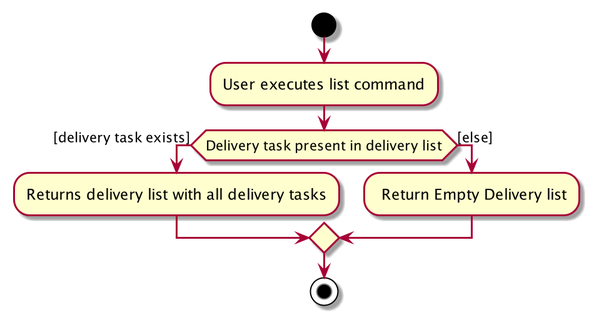
Earlier version of the PlantUML export docs/images/ListCommandActivityDiagram.png (nus-cs2103-AY2021S2/tp). Source of this version:
```plantuml
@startuml
start
:User executes list command;


if (Delivery task present in delivery list) then ([delivery task exists])
    :Returns delivery list with all delivery tasks;
else ([else])
    : Return Empty Delivery list;
endif
stop
@enduml
```
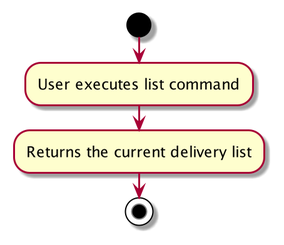
The same file after the commit.

Change to the diagram source:
```diff
@@ -1,12 +1,6 @@
 @startuml
 start
 :User executes list command;
-
-
-if (Delivery task present in delivery list) then ([delivery task exists])
-    :Returns delivery list with all delivery tasks;
-else ([else])
-    : Return Empty Delivery list;
-endif
+:Returns the current delivery list;
 stop
 @enduml
```
